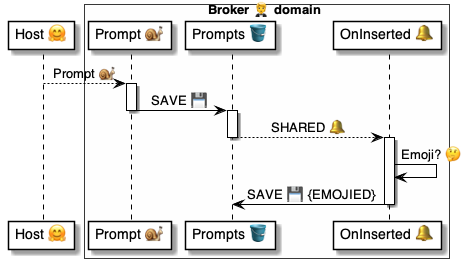
Before: 4 ⚙️ Solution/20 🧑‍🦰 UI/Brokers 🤵/🤵🪣 Broker tables/Prompts 🤔 table/🪣🧱 1 Inserted 🔔/🤵 OnPromptInserted ⚙️ uml.png, a diagram exported from PlantUML (pollyweb-org/pollyweb-docs). Its source is kept beside it as 4 ⚙️ Solution/20 🧑‍🦰 UI/Brokers 🤵/🤵🪣 Broker tables/Prompts 🤔 table/🪣🧱 1 Inserted 🔔/🤵 OnPromptInserted ⚙️ uml.puml.
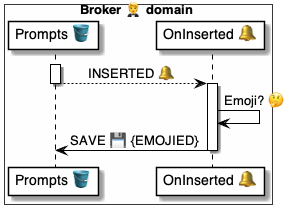
Above is the later version.

The edit, as a diff of the source:
```diff
@@ -1,22 +1,13 @@
 @startuml OnPromptInserted
 
-participant "Host 🤗" as host
-
 box Broker 🤵 domain #FFFFFA
-    participant "Prompt 🐌" as script
     participant "Prompts 🪣" as table
     participant "OnInserted 🔔" as handler
 end box
 
 
-host --> script: Prompt 🐌
-
-activate script
-    script -> table: SAVE 💾
-deactivate script
-
 activate table
-    table --> handler: SHARED 🔔
+    table --> handler: INSERTED 🔔
 deactivate table
 
 activate handler
```
